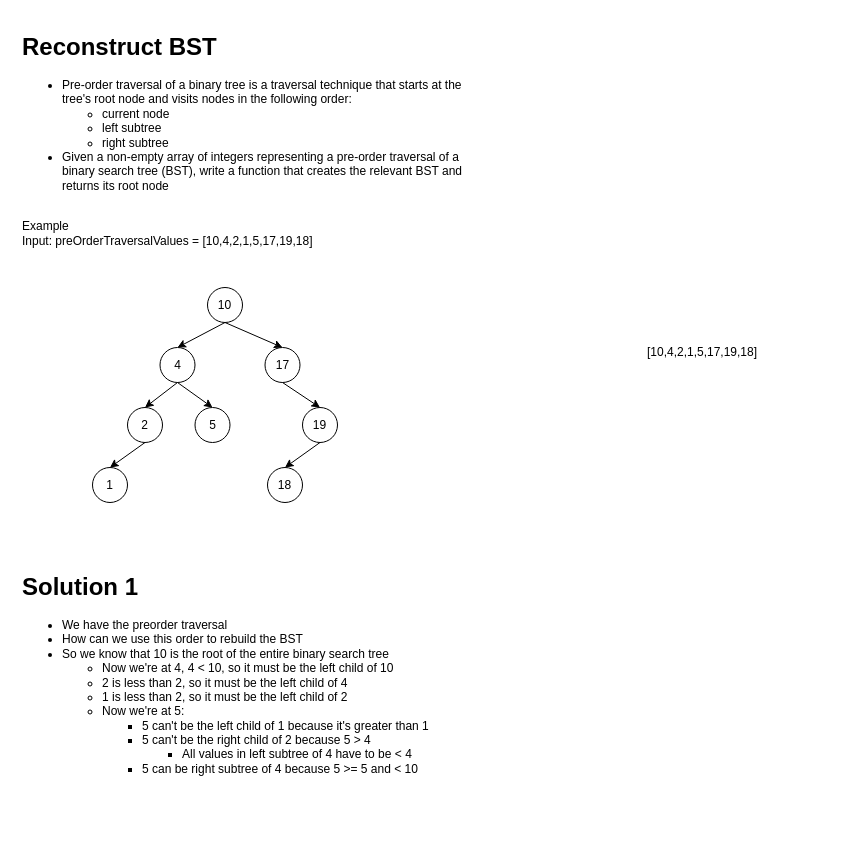
This is src/reconstruct-bst.drawio from aj03794/leetcode-problems, a draw.io file, before an edit. Source tidied: cells renumbered, new cells numbered last; positions are measured from the earlier drawing's top-left corner, leaving out a move shared by most shapes. Both pictures are drawn from the tidied source at 100%, with x=0, y=0 at pixel (17, 27).
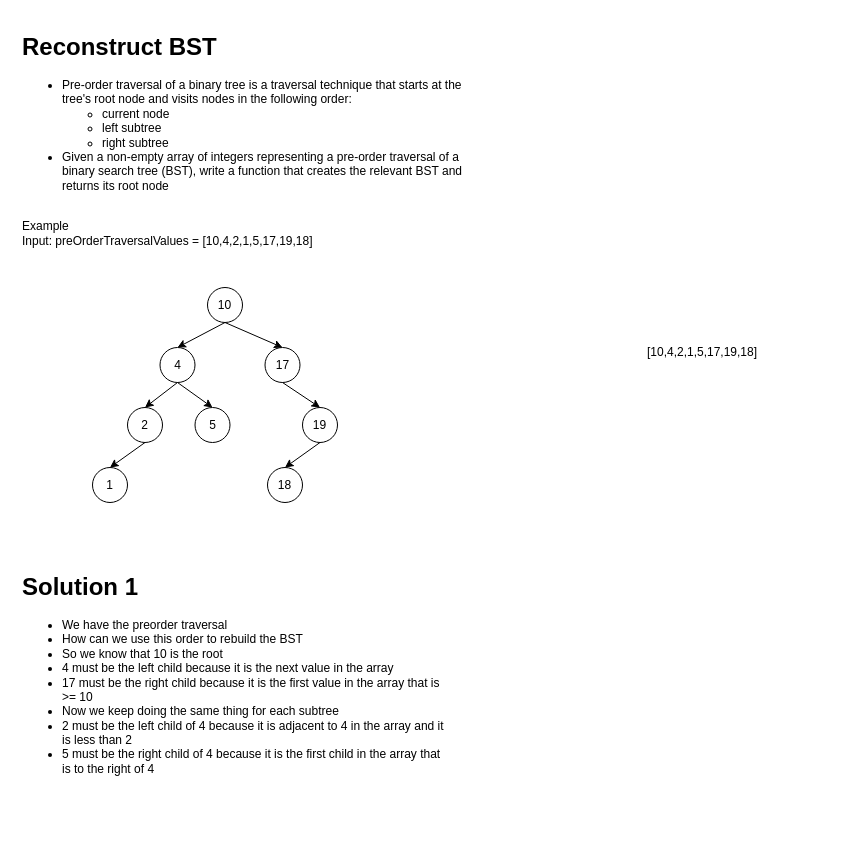
The same page after the edit.

What changed in the source:
```diff
@@
 <mxGraphModel>
   <root>
     <mxCell id="0" />
     <mxCell id="1" parent="0" />
     <mxCell id="2" value="&lt;h1&gt;Reconstruct BST&lt;/h1&gt;&lt;p&gt;&lt;/p&gt;&lt;ul&gt;&lt;li&gt;Pre-order traversal of a binary tree is a traversal technique that starts at the tree's root node and visits nodes in the following order:&lt;/li&gt;&lt;ul&gt;&lt;li&gt;current node&lt;/li&gt;&lt;li&gt;left subtree&lt;/li&gt;&lt;li&gt;right subtree&lt;/li&gt;&lt;/ul&gt;&lt;li&gt;Given a non-empty array of integers representing a pre-order traversal of a binary search tree (BST), write a function that creates the relevant BST and returns its root node&lt;/li&gt;&lt;/ul&gt;&lt;div&gt;&lt;br&gt;&lt;/div&gt;&lt;div&gt;Example&lt;/div&gt;&lt;div&gt;Input: preOrderTraversalValues = [10,4,2,1,5,17,19,18]&lt;/div&gt;&lt;p&gt;&lt;/p&gt;" style="text;html=1;strokeColor=none;fillColor=none;spacing=5;spacingTop=-20;whiteSpace=wrap;overflow=hidden;rounded=0;" parent="1" vertex="1">
       <mxGeometry width="460" height="240" as="geometry" />
     </mxCell>
     <mxCell id="3" value="10" style="ellipse;whiteSpace=wrap;html=1;" parent="1" vertex="1">
       <mxGeometry x="190" y="260" width="35" height="35" as="geometry" />
     </mxCell>
     <mxCell id="4" value="4" style="ellipse;whiteSpace=wrap;html=1;" parent="1" vertex="1">
       <mxGeometry x="142.5" y="320" width="35" height="35" as="geometry" />
     </mxCell>
     <mxCell id="5" value="5" style="ellipse;whiteSpace=wrap;html=1;" parent="1" vertex="1">
       <mxGeometry x="177.5" y="380" width="35" height="35" as="geometry" />
     </mxCell>
     <mxCell id="6" value="2" style="ellipse;whiteSpace=wrap;html=1;" parent="1" vertex="1">
       <mxGeometry x="110" y="380" width="35" height="35" as="geometry" />
     </mxCell>
     <mxCell id="7" value="1" style="ellipse;whiteSpace=wrap;html=1;" parent="1" vertex="1">
       <mxGeometry x="75" y="440" width="35" height="35" as="geometry" />
     </mxCell>
     <mxCell id="8" value="17" style="ellipse;whiteSpace=wrap;html=1;" parent="1" vertex="1">
       <mxGeometry x="247.5" y="320" width="35" height="35" as="geometry" />
     </mxCell>
     <mxCell id="9" value="19" style="ellipse;whiteSpace=wrap;html=1;" parent="1" vertex="1">
       <mxGeometry x="285" y="380" width="35" height="35" as="geometry" />
     </mxCell>
     <mxCell id="10" value="18" style="ellipse;whiteSpace=wrap;html=1;" parent="1" vertex="1">
       <mxGeometry x="250" y="440" width="35" height="35" as="geometry" />
     </mxCell>
     <mxCell id="11" style="endArrow=classic;html=1;rounded=0;exitX=0.5;exitY=1;exitDx=0;exitDy=0;entryX=0.5;entryY=0;entryDx=0;entryDy=0;" parent="1" edge="1" source="3" target="4">
       <mxGeometry relative="1" as="geometry" />
     </mxCell>
     <mxCell id="12" style="endArrow=classic;html=1;rounded=0;entryX=0.5;entryY=0;entryDx=0;entryDy=0;exitX=0.5;exitY=1;exitDx=0;exitDy=0;" parent="1" edge="1" source="3" target="8">
       <mxGeometry relative="1" as="geometry" />
     </mxCell>
     <mxCell id="13" style="endArrow=classic;html=1;rounded=0;exitX=0.5;exitY=1;exitDx=0;exitDy=0;entryX=0.5;entryY=0;entryDx=0;entryDy=0;" parent="1" edge="1" source="4" target="6">
       <mxGeometry relative="1" as="geometry" />
     </mxCell>
     <mxCell id="14" style="endArrow=classic;html=1;rounded=0;exitX=0.5;exitY=1;exitDx=0;exitDy=0;entryX=0.5;entryY=0;entryDx=0;entryDy=0;" parent="1" edge="1" source="4" target="5">
       <mxGeometry relative="1" as="geometry" />
     </mxCell>
     <mxCell id="15" style="endArrow=classic;html=1;rounded=0;exitX=0.5;exitY=1;exitDx=0;exitDy=0;entryX=0.5;entryY=0;entryDx=0;entryDy=0;" parent="1" edge="1" source="6" target="7">
       <mxGeometry relative="1" as="geometry" />
     </mxCell>
     <mxCell id="16" style="endArrow=classic;html=1;rounded=0;entryX=0.5;entryY=0;entryDx=0;entryDy=0;exitX=0.5;exitY=1;exitDx=0;exitDy=0;" parent="1" edge="1" source="8" target="9">
       <mxGeometry relative="1" as="geometry" />
     </mxCell>
     <mxCell id="17" style="endArrow=classic;html=1;rounded=0;exitX=0.5;exitY=1;exitDx=0;exitDy=0;entryX=0.5;entryY=0;entryDx=0;entryDy=0;" parent="1" edge="1" source="9" target="10">
       <mxGeometry relative="1" as="geometry" />
     </mxCell>
-    <mxCell id="18" value="&lt;h1&gt;Solution 1&lt;/h1&gt;&lt;p&gt;&lt;/p&gt;&lt;ul&gt;&lt;li&gt;We have the preorder traversal&lt;/li&gt;&lt;li&gt;How can we use this order to rebuild the BST&lt;/li&gt;&lt;li&gt;So we know that 10 is the root of the entire binary search tree&lt;/li&gt;&lt;ul&gt;&lt;li&gt;Now we're at 4, 4 &amp;lt; 10, so it must be the left child of 10&lt;/li&gt;&lt;li&gt;2 is less than 2, so it must be the left child of 4&lt;/li&gt;&lt;li&gt;1 is less than 2, so it must be the left child of 2&lt;/li&gt;&lt;li&gt;Now we're at 5:&lt;/li&gt;&lt;ul&gt;&lt;li&gt;5 can't be the left child of 1 because it's greater than 1&lt;/li&gt;&lt;li&gt;5 can't be the right child of 2 because 5 &amp;gt; 4&lt;/li&gt;&lt;ul&gt;&lt;li&gt;All values in left subtree of 4 have to be &amp;lt; 4&lt;/li&gt;&lt;/ul&gt;&lt;li&gt;5 can be right subtree of 4 because 5 &amp;gt;= 5 and &amp;lt; 10&lt;/li&gt;&lt;/ul&gt;&lt;/ul&gt;&lt;/ul&gt;&lt;p&gt;&lt;/p&gt;" style="text;html=1;strokeColor=none;fillColor=none;spacing=5;spacingTop=-20;whiteSpace=wrap;overflow=hidden;rounded=0;" parent="1" vertex="1">
-      <mxGeometry y="540" width="430" height="230" as="geometry" />
+    <mxCell id="18" value="&lt;h1&gt;Solution 1&lt;/h1&gt;&lt;p&gt;&lt;/p&gt;&lt;ul&gt;&lt;li&gt;We have the preorder traversal&lt;/li&gt;&lt;li&gt;How can we use this order to rebuild the BST&lt;/li&gt;&lt;li&gt;So we know that 10 is the root&lt;/li&gt;&lt;li&gt;4 must be the left child because it is the next value in the array&lt;/li&gt;&lt;li&gt;17 must be the right child because it is the first value in the array that is &amp;gt;= 10&lt;/li&gt;&lt;li&gt;Now we keep doing the same thing for each subtree&lt;/li&gt;&lt;li&gt;2 must be the left child of 4 because it is adjacent to 4 in the array and it is less than 2&lt;/li&gt;&lt;li&gt;5 must be the right child of 4 because it is the first child in the array that is to the right of 4&lt;/li&gt;&lt;/ul&gt;&lt;p&gt;&lt;/p&gt;" style="text;html=1;strokeColor=none;fillColor=none;spacing=5;spacingTop=-20;whiteSpace=wrap;overflow=hidden;rounded=0;" parent="1" vertex="1">
+      <mxGeometry y="540" width="430" height="280" as="geometry" />
     </mxCell>
     <mxCell id="19" value="[10,4,2,1,5,17,19,18]" style="text;html=1;strokeColor=none;fillColor=none;align=center;verticalAlign=middle;whiteSpace=wrap;rounded=0;" parent="1" vertex="1">
       <mxGeometry x="560" y="310" width="250" height="30" as="geometry" />
     </mxCell>
   </root>
 </mxGraphModel>
```
